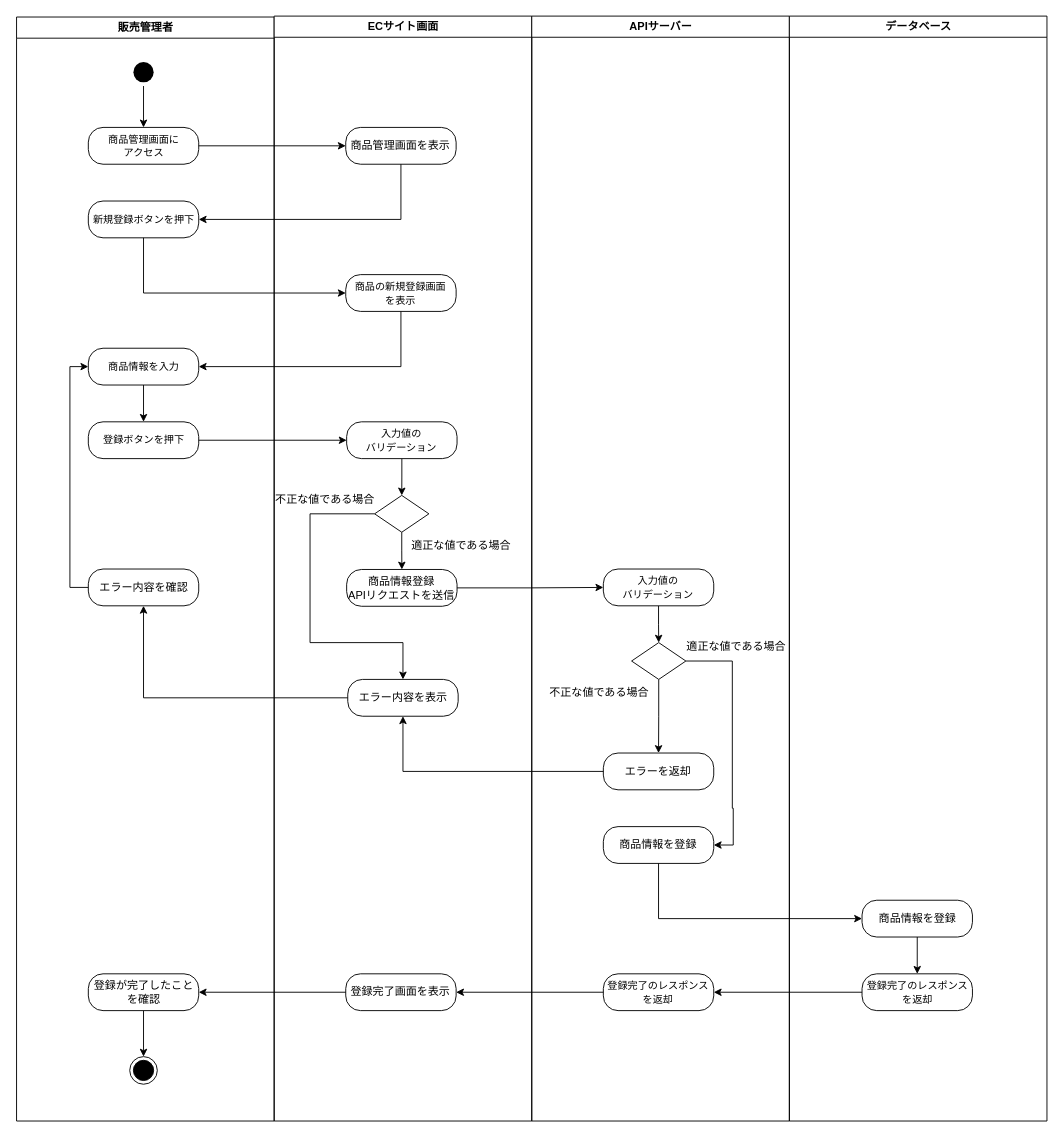
This is UML/activity_diagram/アクティビティ図_管理_商品の登録.drawio from LycorisR/EC_docs, a draw.io file, before an edit. Source tidied: cells renumbered, new cells numbered last; positions are measured from the earlier drawing's top-left corner, leaving out a move shared by most shapes. Both pictures are drawn from the tidied source at 92%, with x=0, y=0 at pixel (17, 16).
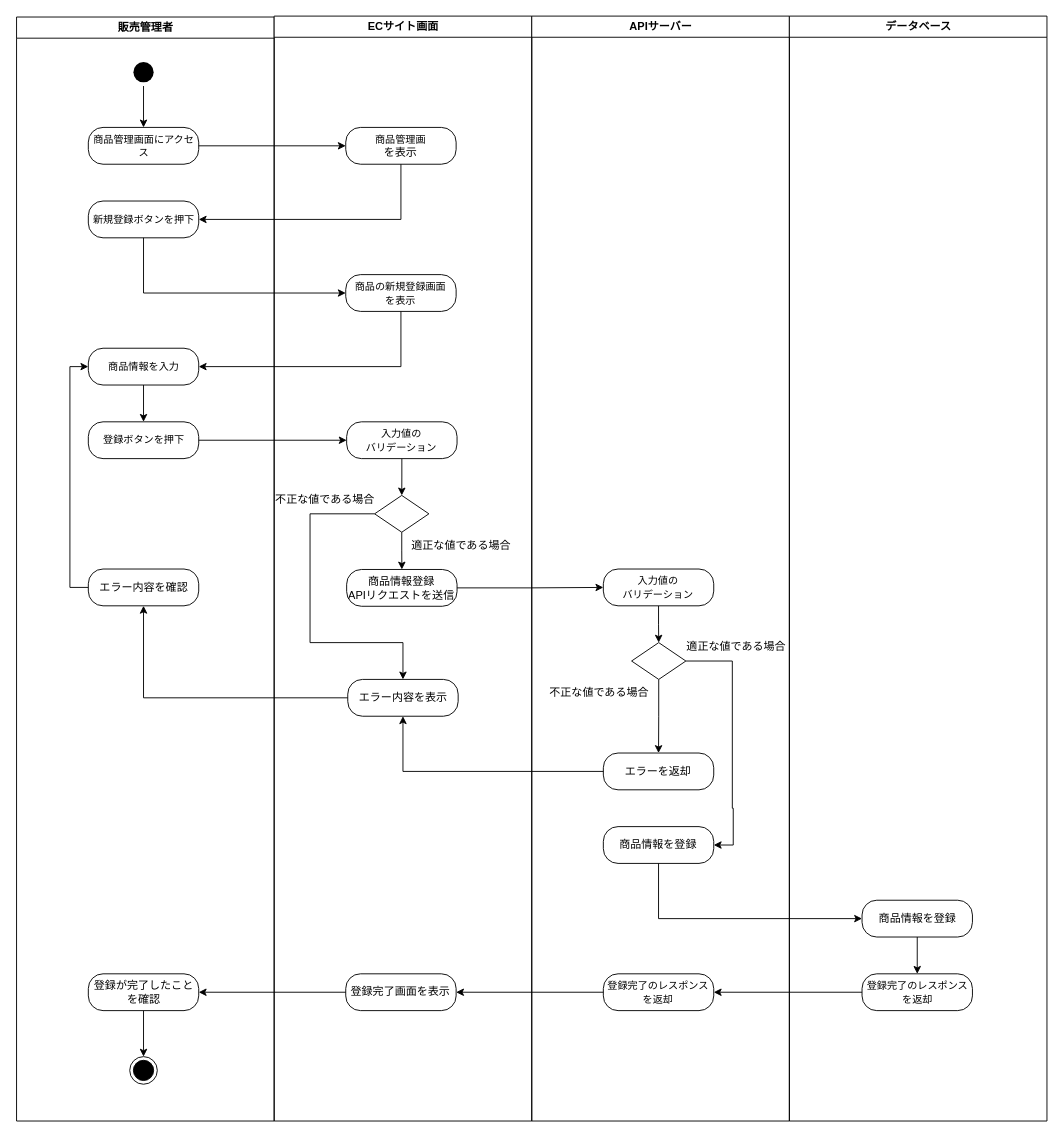
The same page after the edit.

Unchanged cells that the change refers to:
```xml
<mxCell id="2" value="販売管理者" style="swimlane;whiteSpace=wrap;" parent="1" vertex="1">
  <mxGeometry x="-0.5" y="1" width="280" height="1200" as="geometry" />
</mxCell>
<mxCell id="15" value="ECサイト画面" style="swimlane;whiteSpace=wrap;startSize=23;" parent="1" vertex="1">
  <mxGeometry x="279.5" width="280" height="1201" as="geometry" />
</mxCell>
```

The edit, as a diff of the source:
```diff
@@
-    <mxCell id="5" value="&lt;font style=&quot;font-size: 11px;&quot;&gt;商品管理画面に&lt;/font&gt;&lt;div&gt;&lt;font style=&quot;font-size: 11px;&quot;&gt;アクセス&lt;/font&gt;&lt;/div&gt;" style="rounded=1;whiteSpace=wrap;html=1;arcSize=40;" parent="2" vertex="1">
+    <mxCell id="5" value="&lt;font style=&quot;font-size: 11px;&quot;&gt;商品管理画面に&lt;/font&gt;&lt;span style=&quot;font-size: 11px; background-color: initial;&quot;&gt;アクセス&lt;/span&gt;" style="rounded=1;whiteSpace=wrap;html=1;arcSize=40;" parent="2" vertex="1">
       <mxGeometry x="78" y="120" width="120" height="40" as="geometry" />
     </mxCell>
@@
-    <mxCell id="16" value="商品管理画面を表示" style="rounded=1;whiteSpace=wrap;html=1;arcSize=40;" parent="15" vertex="1">
+    <mxCell id="16" value="&lt;span style=&quot;font-size: 11px;&quot;&gt;商品管理画&lt;/span&gt;&lt;div&gt;を表示&lt;/div&gt;" style="rounded=1;whiteSpace=wrap;html=1;arcSize=40;" parent="15" vertex="1">
       <mxGeometry x="77.8" y="121" width="120" height="40" as="geometry" />
     </mxCell>
```
